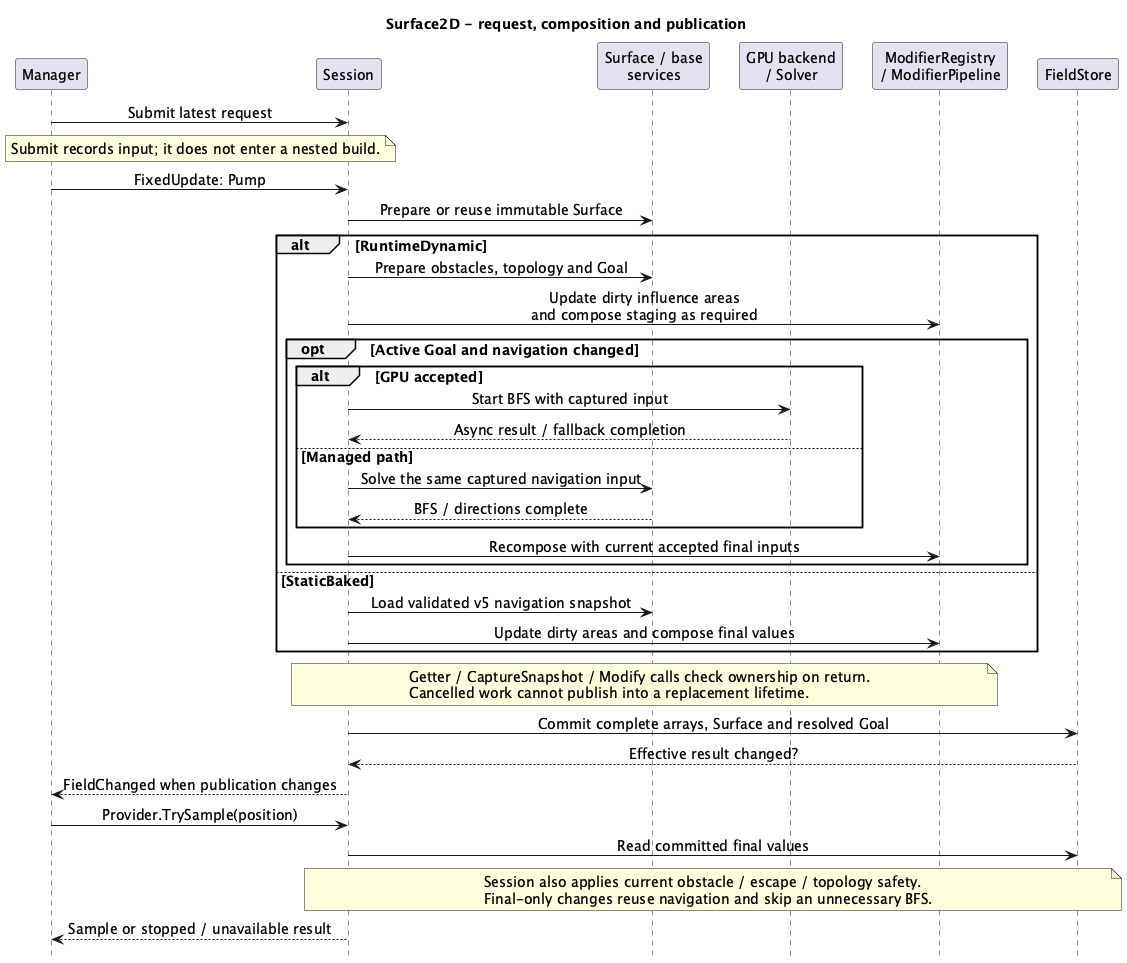
This is ToyProject/Assets/_FlowField/Docs/Images/flowfield-surface.png from youwonsock/tool-unity-editor, a PlantUML export, as it was before one commit.
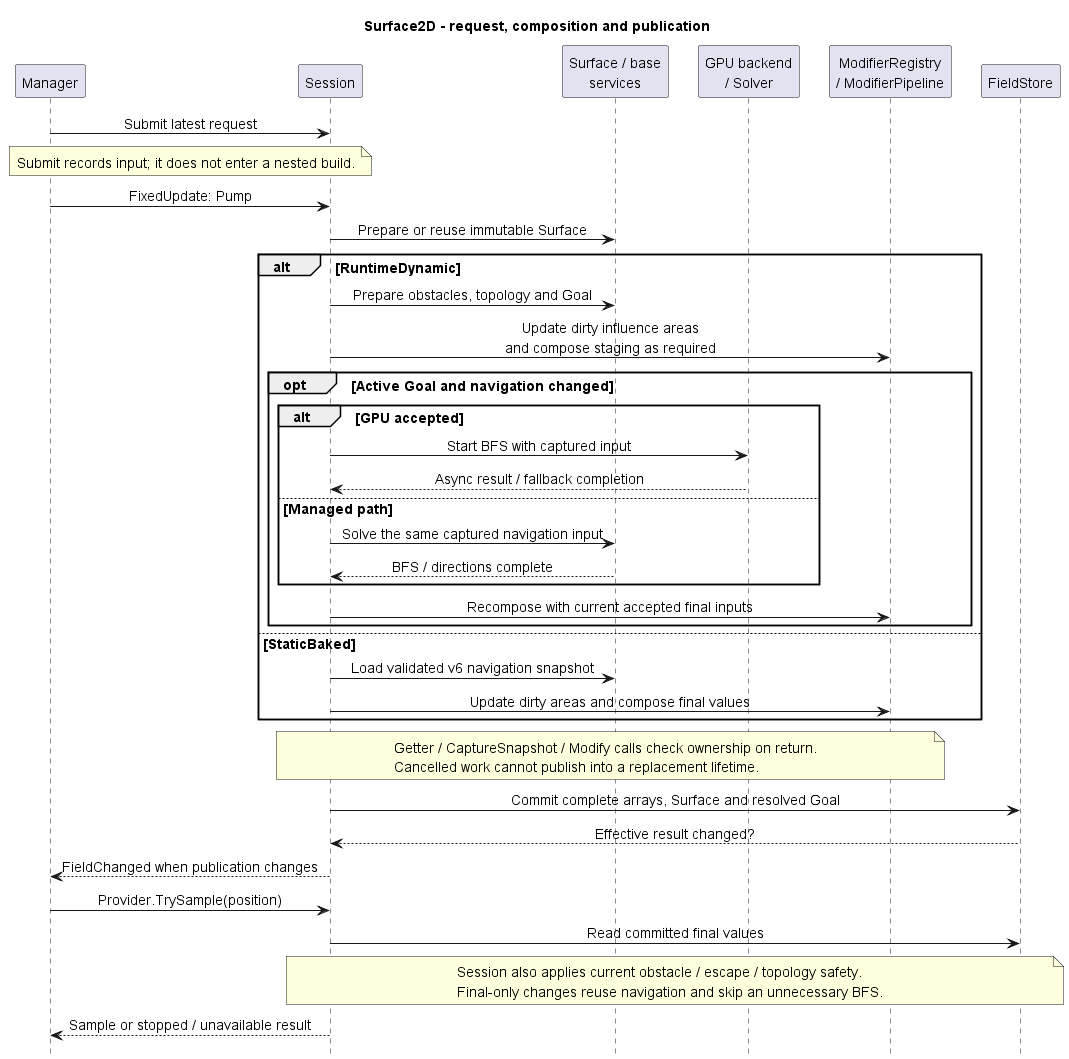
The same diagram one commit later.

Commit message:
FlowField 문서 최신화: v6 베이크, Modifier 규칙, 성능·검증 기록

Change to the diagram source:
```diff
@@ -33,7 +33,7 @@
     S -> F : Recompose with current accepted final inputs
   end
 else StaticBaked
-  S -> B : Load validated v5 navigation snapshot
+  S -> B : Load validated v6 navigation snapshot
   S -> F : Update dirty areas and compose final values
 end
 note over S,F : Getter / CaptureSnapshot / Modify calls check ownership on return.\nCancelled work cannot publish into a replacement lifetime.
```
